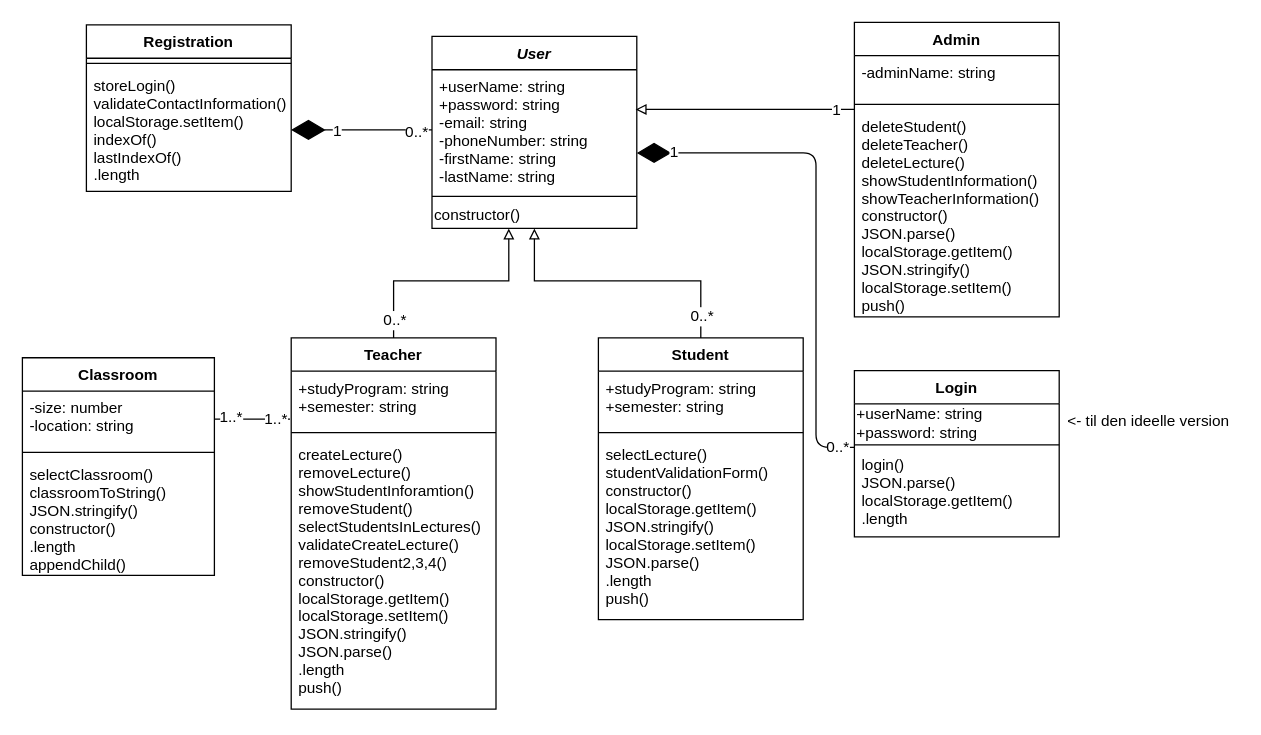
Niklas107/Gruppeprojekt-1 keeps this draw.io diagram as StudentTeach.drawio. Above is the earlier version. Source tidied: cells renumbered, new cells numbered last; positions are measured from the earlier drawing's top-left corner, leaving out a move shared by most shapes. Both pictures are drawn from the tidied source at 128%, with x=0, y=0 at pixel (22, 22).
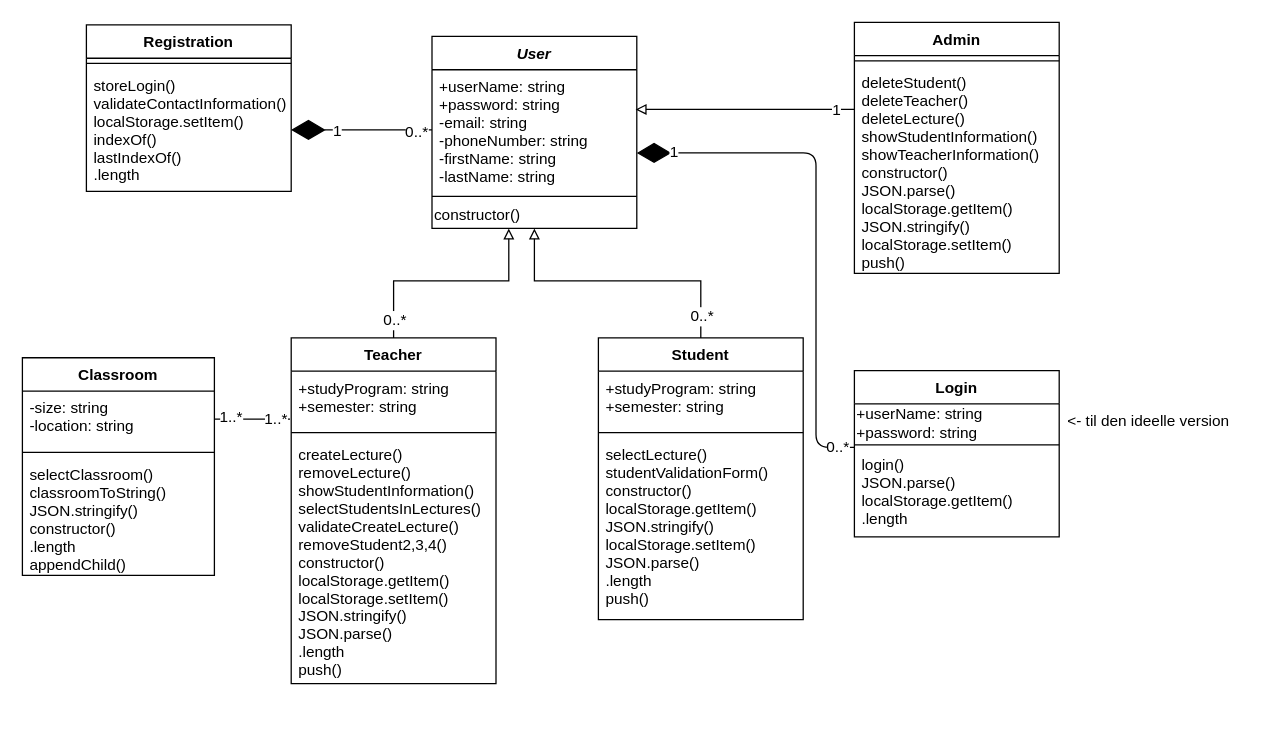
After the change.

Unchanged cells that the change refers to:
```xml
<mxCell id="24" value="Classroom" style="swimlane;fontStyle=1;align=center;verticalAlign=top;horizontal=1;startSize=26;" parent="1" vertex="1">
  <mxGeometry y="262" width="150" height="170" as="geometry" />
</mxCell>
```

The edit, as a diff of the source:
```diff
@@
     <mxCell id="12" value="Admin" style="swimlane;fontStyle=1;align=center;verticalAlign=top;horizontal=1;startSize=26;" parent="1" vertex="1">
-      <mxGeometry x="650" width="160" height="230" as="geometry" />
+      <mxGeometry x="650" width="160" height="196" as="geometry" />
     </mxCell>
-    <mxCell id="13" value="-adminName: string" style="text;strokeColor=none;fillColor=none;align=left;verticalAlign=top;spacingLeft=4;spacingRight=4;overflow=hidden;" parent="12" vertex="1">
-      <mxGeometry y="26" width="160" height="34" as="geometry" />
-    </mxCell>
     <mxCell id="14" style="line;strokeWidth=1;fillColor=none;align=left;verticalAlign=middle;spacingTop=-1;spacingLeft=3;spacingRight=3;labelPosition=right;" parent="12" vertex="1">
-      <mxGeometry y="60" width="160" height="8" as="geometry" />
+      <mxGeometry y="26" width="160" height="8" as="geometry" />
     </mxCell>
     <mxCell id="15" value="deleteStudent()&#10;deleteTeacher()&#10;deleteLecture()&#10;showStudentInformation()&#10;showTeacherInformation()&#10;constructor()&#10;JSON.parse()&#10;localStorage.getItem()&#10;JSON.stringify()&#10;localStorage.setItem()&#10;push()&#10;&#10;&#10;" style="text;strokeColor=none;fillColor=none;align=left;verticalAlign=top;spacingLeft=4;spacingRight=4;overflow=hidden;" parent="12" vertex="1">
-      <mxGeometry y="68" width="160" height="162" as="geometry" />
+      <mxGeometry y="34" width="160" height="162" as="geometry" />
     </mxCell>
     <mxCell id="16" value="Teacher" style="swimlane;fontStyle=1;align=center;verticalAlign=top;horizontal=1;startSize=26;" parent="1" vertex="1">
-      <mxGeometry x="210" y="246.5" width="160" height="290" as="geometry" />
+      <mxGeometry x="210" y="246.5" width="160" height="270" as="geometry" />
     </mxCell>
@@
-    <mxCell id="19" value="createLecture()&#10;removeLecture()&#10;showStudentInforamtion()&#10;removeStudent()&#10;selectStudentsInLectures()&#10;validateCreateLecture()&#10;removeStudent2,3,4()&#10;constructor()&#10;localStorage.getItem()&#10;localStorage.setItem()&#10;JSON.stringify()&#10;JSON.parse()&#10;.length&#10;push()&#10;" style="text;strokeColor=none;fillColor=none;align=left;verticalAlign=top;spacingLeft=4;spacingRight=4;overflow=hidden;" parent="16" vertex="1">
-      <mxGeometry y="78" width="160" height="212" as="geometry" />
+    <mxCell id="19" value="createLecture()&#10;removeLecture()&#10;showStudentInformation()&#10;selectStudentsInLectures()&#10;validateCreateLecture()&#10;removeStudent2,3,4()&#10;constructor()&#10;localStorage.getItem()&#10;localStorage.setItem()&#10;JSON.stringify()&#10;JSON.parse()&#10;.length&#10;push()&#10;" style="text;strokeColor=none;fillColor=none;align=left;verticalAlign=top;spacingLeft=4;spacingRight=4;overflow=hidden;" parent="16" vertex="1">
+      <mxGeometry y="78" width="160" height="192" as="geometry" />
     </mxCell>
@@
-    <mxCell id="25" value="-size: number&#10;-location: string" style="text;strokeColor=none;fillColor=none;align=left;verticalAlign=top;spacingLeft=4;spacingRight=4;overflow=hidden;points=[[0,0.5],[1,0.5]];portConstraint=eastwest;" parent="24" vertex="1">
+    <mxCell id="25" value="-size: string&#10;-location: string" style="text;strokeColor=none;fillColor=none;align=left;verticalAlign=top;spacingLeft=4;spacingRight=4;overflow=hidden;points=[[0,0.5],[1,0.5]];portConstraint=eastwest;" parent="24" vertex="1">
       <mxGeometry y="26" width="150" height="44" as="geometry" />
     </mxCell>
```
